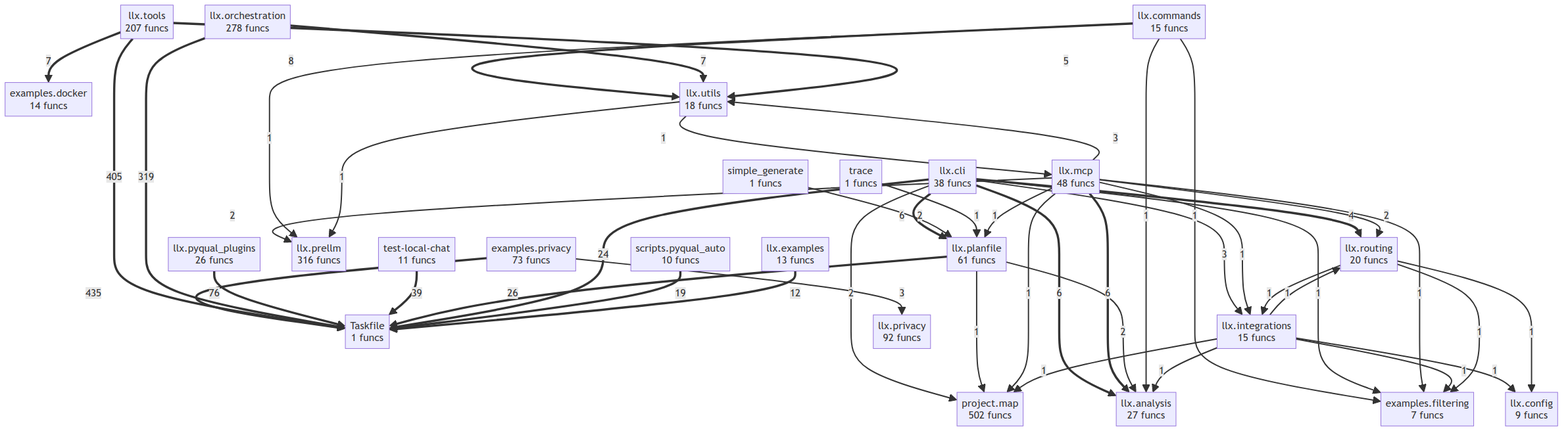
semcod/llx keeps this Mermaid diagram as project/compact_flow.png. Above is the earlier version. Its source is kept beside it as project/compact_flow.mmd.
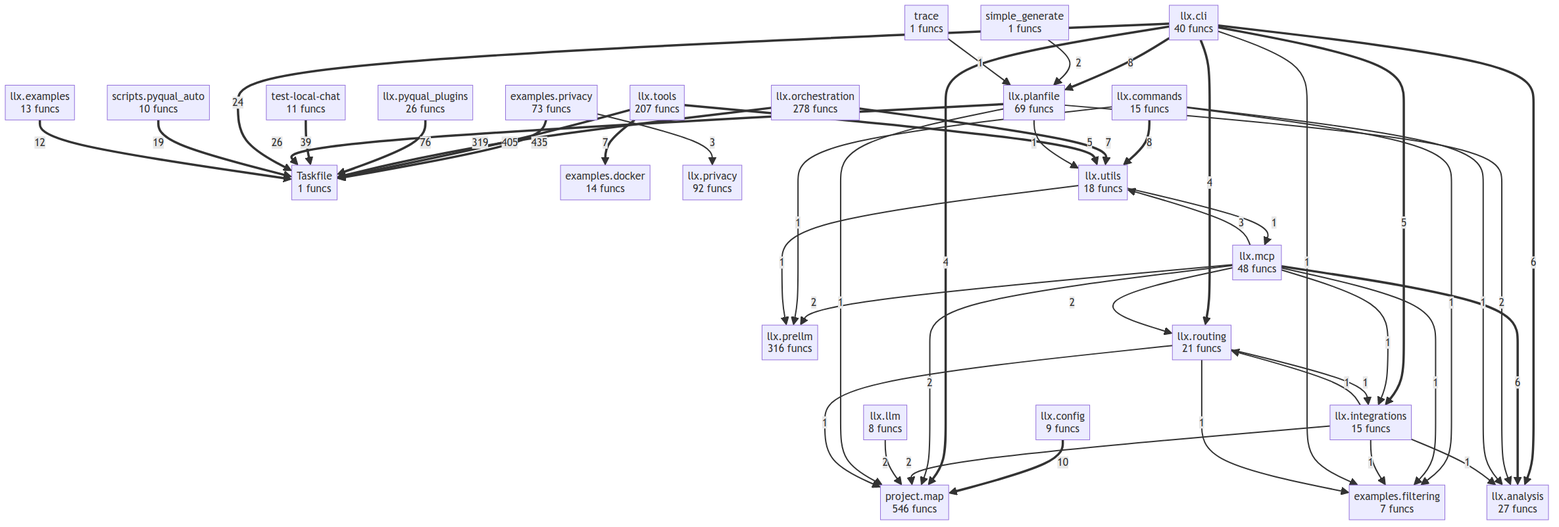
After the commit.

Change to the diagram source:
```diff
@@ -4,21 +4,22 @@
     examples__filtering["examples.filtering<br/>7 funcs"]
     examples__privacy["examples.privacy<br/>73 funcs"]
     llx__analysis["llx.analysis<br/>27 funcs"]
-    llx__cli["llx.cli<br/>38 funcs"]
+    llx__cli["llx.cli<br/>40 funcs"]
     llx__commands["llx.commands<br/>15 funcs"]
     llx__config["llx.config<br/>9 funcs"]
     llx__examples["llx.examples<br/>13 funcs"]
     llx__integrations["llx.integrations<br/>15 funcs"]
+    llx__llm["llx.llm<br/>8 funcs"]
     llx__mcp["llx.mcp<br/>48 funcs"]
     llx__orchestration["llx.orchestration<br/>278 funcs"]
-    llx__planfile["llx.planfile<br/>61 funcs"]
+    llx__planfile["llx.planfile<br/>69 funcs"]
     llx__prellm["llx.prellm<br/>316 funcs"]
     llx__privacy["llx.privacy<br/>92 funcs"]
     llx__pyqual_plugins["llx.pyqual_plugins<br/>26 funcs"]
-    llx__routing["llx.routing<br/>20 funcs"]
+    llx__routing["llx.routing<br/>21 funcs"]
     llx__tools["llx.tools<br/>207 funcs"]
     llx__utils["llx.utils<br/>18 funcs"]
-    project__map["project.map<br/>502 funcs"]
+    project__map["project.map<br/>546 funcs"]
     scripts__pyqual_auto["scripts.pyqual_auto<br/>10 funcs"]
     simple_generate["simple_generate<br/>1 funcs"]
     test_local_chat["test-local-chat<br/>11 funcs"]
@@ -32,39 +33,40 @@
     llx__cli ==>|24| Taskfile
     scripts__pyqual_auto ==>|19| Taskfile
     llx__examples ==>|12| Taskfile
+    llx__config ==>|10| project__map
     llx__commands ==>|8| llx__utils
+    llx__cli ==>|8| llx__planfile
     llx__tools ==>|7| examples__docker
     llx__orchestration ==>|7| llx__utils
     llx__cli ==>|6| llx__analysis
-    llx__cli ==>|6| llx__planfile
     llx__mcp ==>|6| llx__analysis
     llx__tools ==>|5| llx__utils
+    llx__cli ==>|5| llx__integrations
+    llx__cli ==>|4| project__map
     llx__cli ==>|4| llx__routing
     examples__privacy -->|3| llx__privacy
-    llx__cli -->|3| llx__integrations
     llx__mcp -->|3| llx__utils
     simple_generate -->|2| llx__planfile
-    llx__cli -->|2| project__map
     llx__planfile -->|2| llx__analysis
     llx__mcp -->|2| llx__routing
+    llx__mcp -->|2| project__map
     llx__mcp -->|2| llx__prellm
+    llx__integrations -->|2| project__map
+    llx__llm -->|2| project__map
     trace -->|1| llx__planfile
     llx__commands -->|1| examples__filtering
     llx__commands -->|1| llx__prellm
     llx__commands -->|1| llx__analysis
-    llx__cli -->|1| examples__filtering
     llx__planfile -->|1| project__map
     llx__utils -->|1| llx__mcp
     llx__utils -->|1| llx__prellm
     llx__mcp -->|1| examples__filtering
-    llx__mcp -->|1| project__map
     llx__mcp -->|1| llx__integrations
-    llx__mcp -->|1| llx__planfile
-    llx__integrations -->|1| llx__config
     llx__integrations -->|1| examples__filtering
     llx__integrations -->|1| llx__analysis
     llx__integrations -->|1| llx__routing
-    llx__integrations -->|1| project__map
-    llx__routing -->|1| llx__config
+    llx__planfile -->|1| llx__utils
+    llx__cli -->|1| examples__filtering
+    llx__routing -->|1| project__map
     llx__routing -->|1| examples__filtering
     llx__routing -->|1| llx__integrations
```
